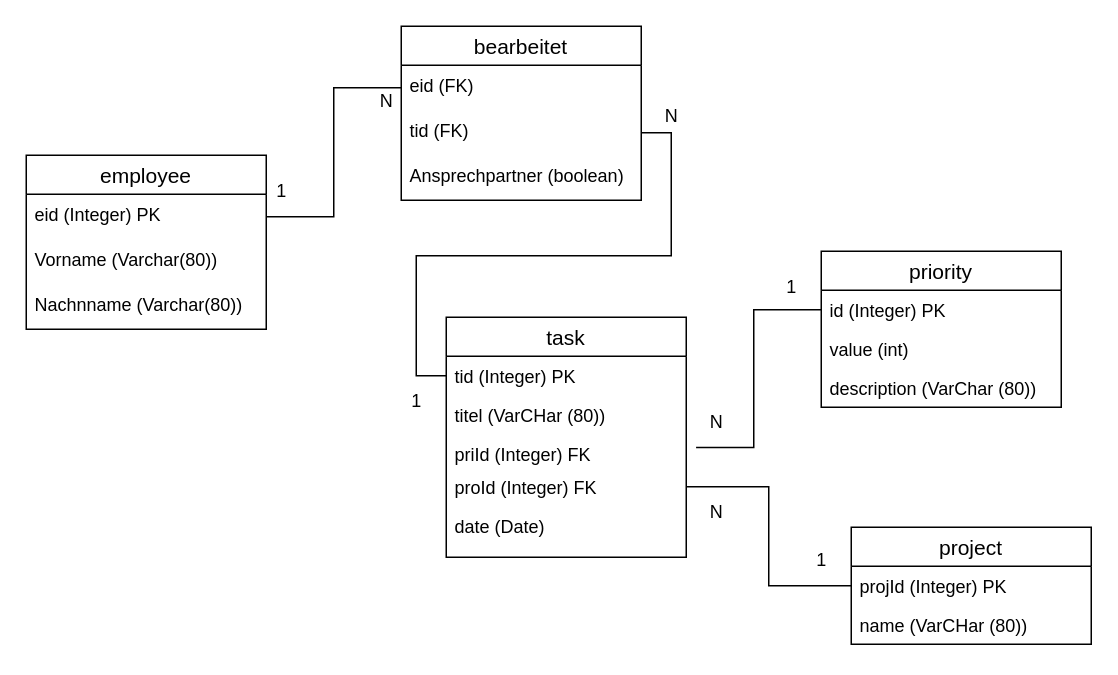
The draw.io diagram Doku/Relationsschemata.drawio in jtuttas/FIAE_LF9, before the edit. Source tidied: cells renumbered, new cells numbered last; positions are measured from the earlier drawing's top-left corner, leaving out a move shared by most shapes. Both pictures are drawn from the tidied source at 150%, with x=0, y=0 at pixel (26, 26).
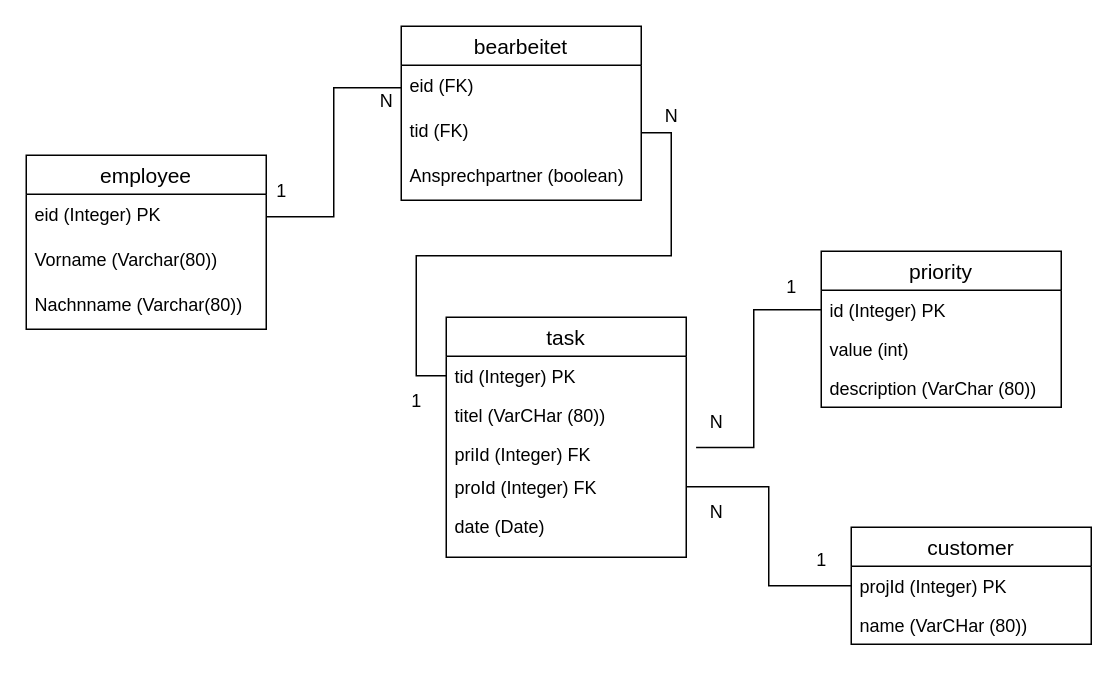
After the change.

Commit message (it also covers changes not shown here):
mit MYsql build schema

What changed in the source:
```diff
@@
-    <mxCell id="14" value="project" style="swimlane;fontStyle=0;horizontal=1;startSize=26;align=center;fontSize=14;" parent="1" vertex="1">
+    <mxCell id="14" value="customer" style="swimlane;fontStyle=0;horizontal=1;startSize=26;align=center;fontSize=14;" parent="1" vertex="1">
       <mxGeometry x="550" y="334" width="160" height="78" as="geometry" />
     </mxCell>
```
